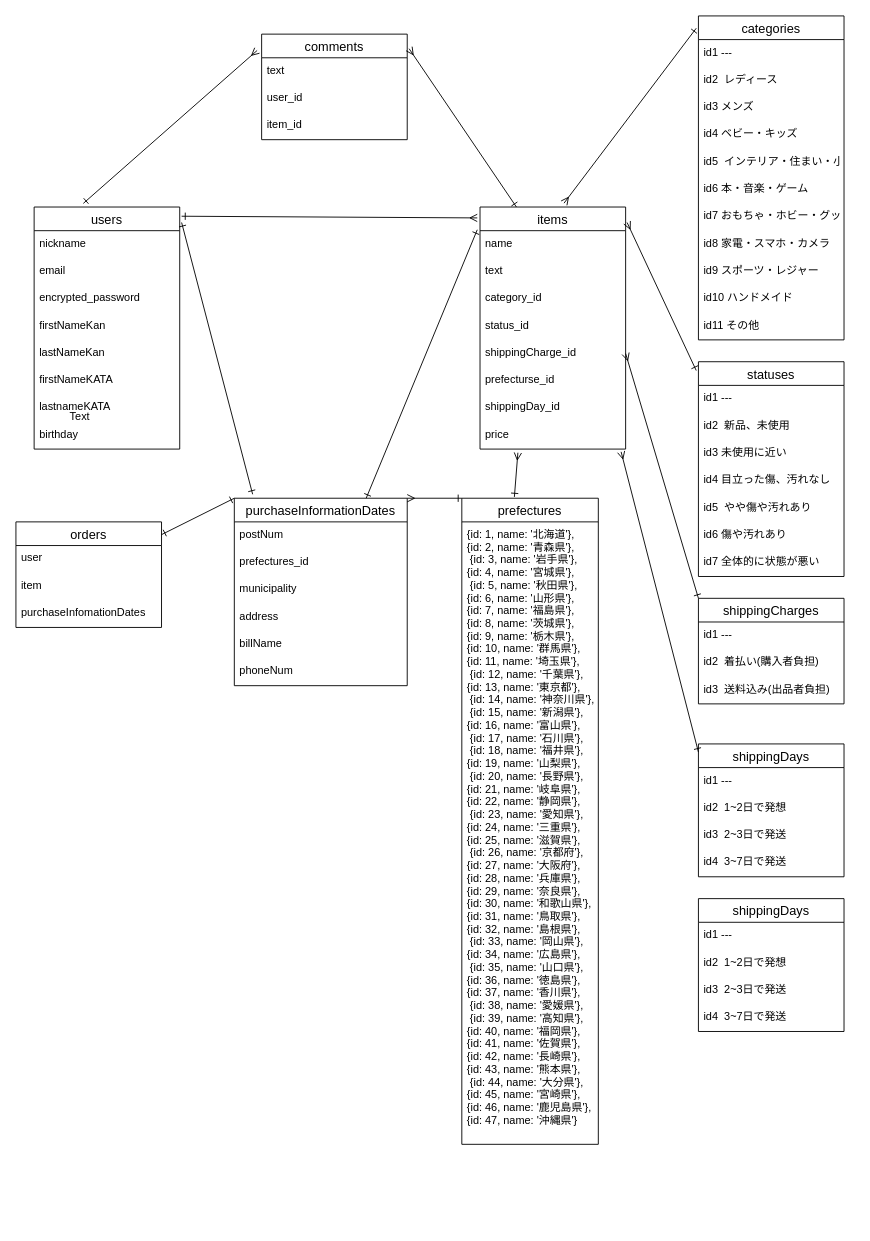
Naoki-Kakimura/furima-34447 keeps this draw.io diagram as ER.dio. Above is the earlier version. Source tidied: cells renumbered, new cells numbered last; positions are measured from the earlier drawing's top-left corner, leaving out a move shared by most shapes. Both pictures are drawn from the tidied source at 91%, with x=0, y=0 at pixel (15, 15).
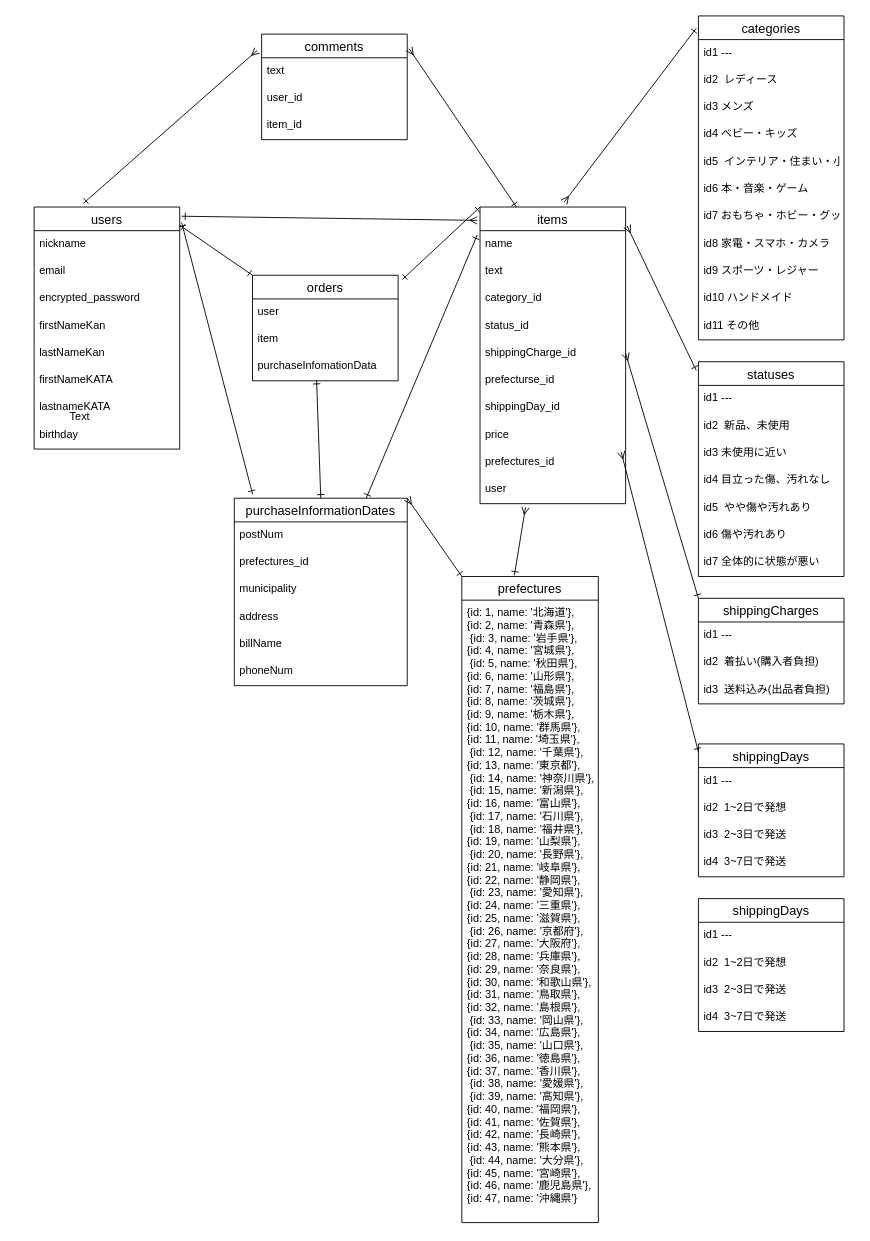
Above is the later version.

The change refers to these unchanged cells:
```xml
<mxCell id="19" value="price&#10;" style="text;strokeColor=none;fillColor=none;spacingLeft=4;spacingRight=4;overflow=hidden;points=[[0,0.5],[1,0.5]];portConstraint=eastwest;fontSize=12;" parent="11" vertex="1">
  <mxGeometry y="236" width="160" height="30" as="geometry" />
</mxCell>
<mxCell id="24" value="purchaseInformationDates" style="swimlane;fontStyle=0;horizontal=1;startSize=26;align=center;fontSize=14;" parent="1" vertex="1">
  <mxGeometry x="240" y="530" width="190" height="206" as="geometry" />
</mxCell>
```

Diff of the diagram source:
```diff
@@
     <mxCell id="11" value="items" style="swimlane;fontStyle=0;horizontal=1;startSize=26;align=center;fontSize=14;" parent="1" vertex="1">
-      <mxGeometry x="510" y="210" width="160" height="266" as="geometry" />
+      <mxGeometry x="510" y="210" width="160" height="326" as="geometry" />
     </mxCell>
@@
+    <mxCell id="85" value="prefectures_id&#10;" style="text;strokeColor=none;fillColor=none;spacingLeft=4;spacingRight=4;overflow=hidden;fontSize=12;" parent="11" vertex="1">
+      <mxGeometry y="266" width="160" height="30" as="geometry" />
+    </mxCell>
+    <mxCell id="86" value="user&#10;" style="text;strokeColor=none;fillColor=none;spacingLeft=4;spacingRight=4;overflow=hidden;fontSize=12;" parent="11" vertex="1">
+      <mxGeometry y="296" width="160" height="30" as="geometry" />
+    </mxCell>
@@
     <mxCell id="36" value="prefectures" style="swimlane;fontStyle=0;horizontal=1;startSize=26;align=center;fontSize=14;" parent="1" vertex="1">
-      <mxGeometry x="490" y="530" width="150" height="710" as="geometry" />
+      <mxGeometry x="490" y="616" width="150" height="710" as="geometry" />
     </mxCell>
+    <mxCell id="74" value="{id: 1, name: '北海道'}, &#10;{id: 2, name: '青森県'},&#10; {id: 3, name: '岩手県'},&#10;      {id: 4, name: '宮城県'},&#10; {id: 5, name: '秋田県'},&#10;{id: 6, name: '山形県'},&#10;      {id: 7, name: '福島県'}, &#10;{id: 8, name: '茨城県'}, &#10;{id: 9, name: '栃木県'},&#10;      {id: 10, name: '群馬県'}, &#10;{id: 11, name: '埼玉県'},&#10; {id: 12, name: '千葉県'},&#10;      {id: 13, name: '東京都'},&#10; {id: 14, name: '神奈川県'},&#10; {id: 15, name: '新潟県'},&#10;      {id: 16, name: '富山県'},&#10; {id: 17, name: '石川県'},&#10; {id: 18, name: '福井県'},&#10;      {id: 19, name: '山梨県'},&#10; {id: 20, name: '長野県'}, &#10;{id: 21, name: '岐阜県'},&#10;      {id: 22, name: '静岡県'},&#10; {id: 23, name: '愛知県'}, &#10;{id: 24, name: '三重県'},&#10;      {id: 25, name: '滋賀県'},&#10; {id: 26, name: '京都府'}, &#10;{id: 27, name: '大阪府'},&#10;      {id: 28, name: '兵庫県'},&#10;{id: 29, name: '奈良県'}, &#10;{id: 30, name: '和歌山県'},&#10;      {id: 31, name: '鳥取県'}, &#10;{id: 32, name: '島根県'},&#10; {id: 33, name: '岡山県'},&#10;      {id: 34, name: '広島県'},&#10; {id: 35, name: '山口県'}, &#10;{id: 36, name: '徳島県'},&#10;      {id: 37, name: '香川県'},&#10; {id: 38, name: '愛媛県'},&#10; {id: 39, name: '高知県'},&#10;      {id: 40, name: '福岡県'}, &#10;{id: 41, name: '佐賀県'}, &#10;{id: 42, name: '長崎県'},&#10;      {id: 43, name: '熊本県'},&#10; {id: 44, name: '大分県'}, &#10;{id: 45, name: '宮崎県'},&#10;      {id: 46, name: '鹿児島県'}, &#10;{id: 47, name: '沖縄県'}" style="text;strokeColor=none;fillColor=none;spacingLeft=4;spacingRight=4;overflow=hidden;fontSize=12;" parent="36" vertex="1">
+      <mxGeometry y="26" width="150" height="684" as="geometry" />
+    </mxCell>
@@
-    <mxCell id="69" style="fontSize=12;html=1;endArrow=ERone;startArrow=ERmany;startFill=0;endFill=0;entryX=0.385;entryY=-0.002;entryDx=0;entryDy=0;exitX=0.26;exitY=1.133;exitDx=0;exitDy=0;entryPerimeter=0;exitPerimeter=0;" parent="1" edge="1" source="19" target="36">
-      <mxGeometry relative="1" as="geometry" />
+    <mxCell id="69" style="fontSize=12;html=1;endArrow=ERone;startArrow=ERmany;startFill=0;endFill=0;entryX=0.385;entryY=-0.002;entryDx=0;entryDy=0;entryPerimeter=0;" parent="1" edge="1" target="36">
+      <mxGeometry relative="1" as="geometry">
+        <mxPoint x="560" y="540" as="sourcePoint" />
+      </mxGeometry>
     </mxCell>
@@
-    <mxCell id="74" value="{id: 1, name: '北海道'}, &#10;{id: 2, name: '青森県'},&#10; {id: 3, name: '岩手県'},&#10;      {id: 4, name: '宮城県'},&#10; {id: 5, name: '秋田県'},&#10;{id: 6, name: '山形県'},&#10;      {id: 7, name: '福島県'}, &#10;{id: 8, name: '茨城県'}, &#10;{id: 9, name: '栃木県'},&#10;      {id: 10, name: '群馬県'}, &#10;{id: 11, name: '埼玉県'},&#10; {id: 12, name: '千葉県'},&#10;      {id: 13, name: '東京都'},&#10; {id: 14, name: '神奈川県'},&#10; {id: 15, name: '新潟県'},&#10;      {id: 16, name: '富山県'},&#10; {id: 17, name: '石川県'},&#10; {id: 18, name: '福井県'},&#10;      {id: 19, name: '山梨県'},&#10; {id: 20, name: '長野県'}, &#10;{id: 21, name: '岐阜県'},&#10;      {id: 22, name: '静岡県'},&#10; {id: 23, name: '愛知県'}, &#10;{id: 24, name: '三重県'},&#10;      {id: 25, name: '滋賀県'},&#10; {id: 26, name: '京都府'}, &#10;{id: 27, name: '大阪府'},&#10;      {id: 28, name: '兵庫県'},&#10;{id: 29, name: '奈良県'}, &#10;{id: 30, name: '和歌山県'},&#10;      {id: 31, name: '鳥取県'}, &#10;{id: 32, name: '島根県'},&#10; {id: 33, name: '岡山県'},&#10;      {id: 34, name: '広島県'},&#10; {id: 35, name: '山口県'}, &#10;{id: 36, name: '徳島県'},&#10;      {id: 37, name: '香川県'},&#10; {id: 38, name: '愛媛県'},&#10; {id: 39, name: '高知県'},&#10;      {id: 40, name: '福岡県'}, &#10;{id: 41, name: '佐賀県'}, &#10;{id: 42, name: '長崎県'},&#10;      {id: 43, name: '熊本県'},&#10; {id: 44, name: '大分県'}, &#10;{id: 45, name: '宮崎県'},&#10;      {id: 46, name: '鹿児島県'}, &#10;{id: 47, name: '沖縄県'}" style="text;strokeColor=none;fillColor=none;spacingLeft=4;spacingRight=4;overflow=hidden;fontSize=12;" parent="1" vertex="1">
-      <mxGeometry x="490" y="556" width="160" height="684" as="geometry" />
-    </mxCell>
@@
     <mxCell id="80" value="orders" style="swimlane;fontStyle=0;horizontal=1;startSize=26;align=center;fontSize=14;" parent="1" vertex="1">
-      <mxGeometry y="556" width="160" height="116" as="geometry" />
+      <mxGeometry x="260" y="285" width="160" height="116" as="geometry" />
     </mxCell>
@@
-    <mxCell id="83" value="purchaseInfomationDates" style="text;strokeColor=none;fillColor=none;spacingLeft=4;spacingRight=4;overflow=hidden;points=[[0,0.5],[1,0.5]];portConstraint=eastwest;fontSize=12;" parent="80" vertex="1">
+    <mxCell id="83" value="purchaseInfomationData" style="text;strokeColor=none;fillColor=none;spacingLeft=4;spacingRight=4;overflow=hidden;points=[[0,0.5],[1,0.5]];portConstraint=eastwest;fontSize=12;" parent="80" vertex="1">
       <mxGeometry y="86" width="160" height="30" as="geometry" />
     </mxCell>
-    <mxCell id="84" style="fontSize=12;html=1;endArrow=ERone;startArrow=ERone;startFill=0;endFill=0;exitX=0;exitY=0;exitDx=0;exitDy=0;entryX=1.013;entryY=0.064;entryDx=0;entryDy=0;entryPerimeter=0;" parent="1" edge="1" source="24">
-      <mxGeometry relative="1" as="geometry">
-        <mxPoint x="160" y="570" as="targetPoint" />
-      </mxGeometry>
+    <mxCell id="84" style="fontSize=12;html=1;endArrow=ERone;startArrow=ERone;startFill=0;endFill=0;exitX=0.5;exitY=0;exitDx=0;exitDy=0;entryX=0.44;entryY=0.978;entryDx=0;entryDy=0;entryPerimeter=0;" parent="1" edge="1" source="24" target="83">
+      <mxGeometry relative="1" as="geometry" />
     </mxCell>
+    <mxCell id="87" style="fontSize=12;html=1;endArrow=ERone;startArrow=ERone;startFill=0;endFill=0;exitX=0.5;exitY=0;exitDx=0;exitDy=0;entryX=0;entryY=0;entryDx=0;entryDy=0;" parent="1" edge="1" target="11">
+      <mxGeometry relative="1" as="geometry">
+        <mxPoint x="424.6" y="289.7" as="sourcePoint" />
+      </mxGeometry>
+    </mxCell>
+    <mxCell id="88" style="fontSize=12;html=1;endArrow=ERone;startArrow=ERone;startFill=0;endFill=0;exitX=0.5;exitY=0;exitDx=0;exitDy=0;" parent="1" edge="1">
+      <mxGeometry relative="1" as="geometry">
+        <mxPoint x="260" y="285" as="sourcePoint" />
+        <mxPoint x="180" y="230" as="targetPoint" />
+      </mxGeometry>
+    </mxCell>
```
